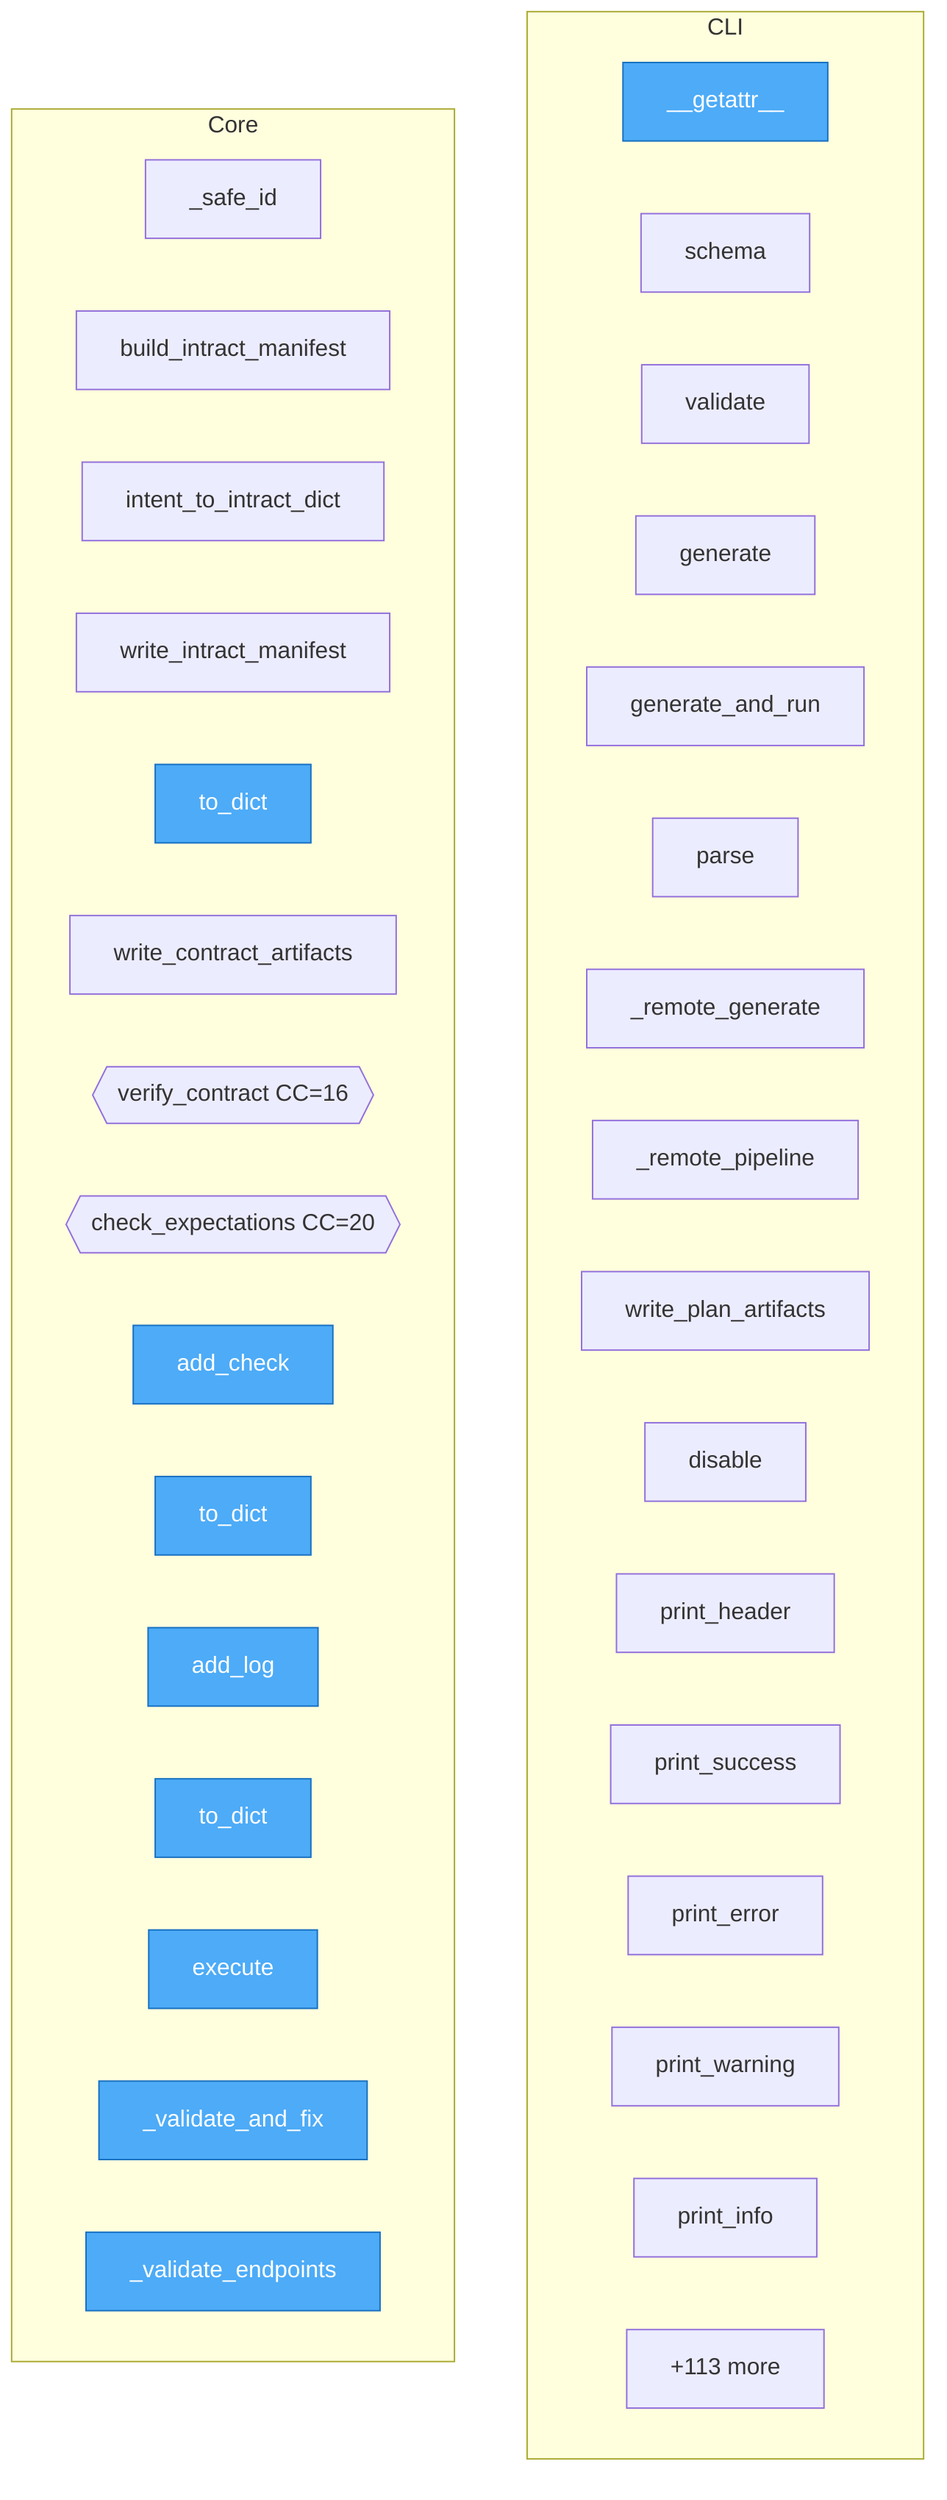
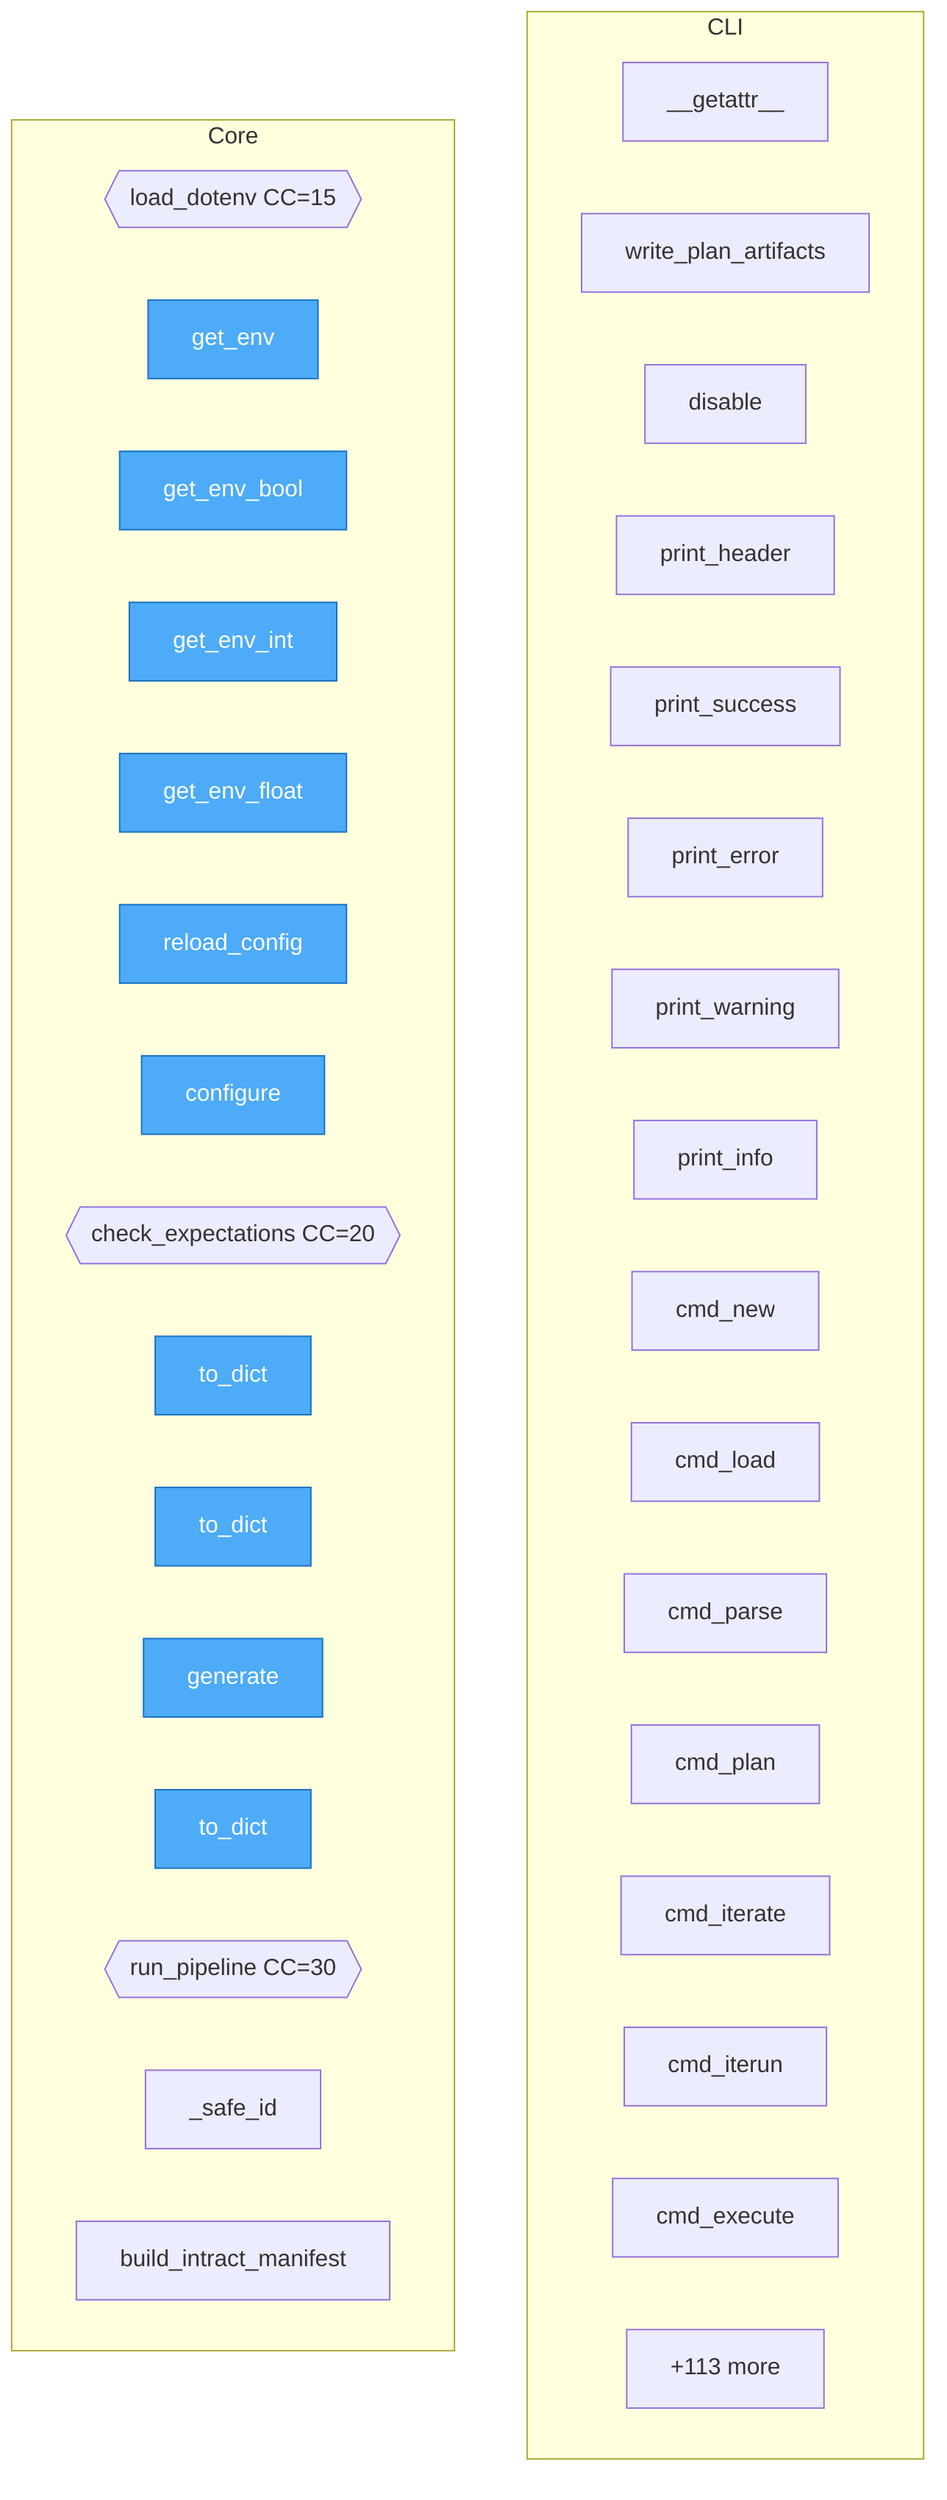
flowchart TD
%% generated in 0.00s

    %% Entry points (blue)
    classDef entry fill:#4dabf7,stroke:#1971c2,color:#fff

    subgraph CLI
        cli____getattr__["__getattr__"]
-         sdk__client__IterunClient__schema["schema"]
-         sdk__client__IterunClient__validate["validate"]
-         sdk__client__IterunClient__generate["generate"]
-         sdk__client__IterunClient__generate_and_run["generate_and_run"]
-         sdk__client__IterunClient__parse["parse"]
-         sdk__client__IterunClient___remote_generate["_remote_generate"]
-         sdk__client__IterunClient___remote_pipeline["_remote_pipeline"]
        cli__main__write_plan_artifacts["write_plan_artifacts"]
        cli__main__Colors__disable["disable"]
        cli__main__CLI__print_header["print_header"]
        cli__main__CLI__print_success["print_success"]
        cli__main__CLI__print_error["print_error"]
        cli__main__CLI__print_warning["print_warning"]
        cli__main__CLI__print_info["print_info"]
+         cli__main__CLI__cmd_new["cmd_new"]
+         cli__main__CLI__cmd_load["cmd_load"]
+         cli__main__CLI__cmd_parse["cmd_parse"]
+         cli__main__CLI__cmd_plan["cmd_plan"]
+         cli__main__CLI__cmd_iterate["cmd_iterate"]
+         cli__main__CLI__cmd_iterun["cmd_iterun"]
+         cli__main__CLI__cmd_execute["cmd_execute"]
        ...["+17 more"]
    end

    subgraph Core
+         config__load_dotenv{{load_dotenv CC=15}}
+         config__get_env["get_env"]
+         config__get_env_bool["get_env_bool"]
+         config__get_env_int["get_env_int"]
+         config__get_env_float["get_env_float"]
+         config__reload_config["reload_config"]
+         config__configure["configure"]
+         generator__expectations__check_expectations{{check_expectations CC=20}}
+         generator__intent_generator__GenerateAttempt__to_dict["to_dict"]
+         generator__intent_generator__GenerateResult__to_dict["to_dict"]
+         generator__intent_generator__IntentGenerator__generate["generate"]
+         generator__pipeline__PipelineResult__to_dict["to_dict"]
+         generator__pipeline__run_pipeline{{run_pipeline CC=30}}
        generator__intract_manifest___safe_id["_safe_id"]
        generator__intract_manifest__build_intract_manifest["build_intract_manifest"]
-         generator__intract_manifest__intent_to_intract_dict["intent_to_intract_dict"]
-         generator__intract_manifest__write_intract_manifest["write_intract_manifest"]
-         generator__contract_verify__VerifyResult__to_dict["to_dict"]
-         generator__contract_verify__write_contract_artifacts["write_contract_artifacts"]
-         generator__contract_verify__verify_contract{{verify_contract CC=16}}
-         generator__expectations__check_expectations{{check_expectations CC=20}}
-         executor__runner__ValidationResult__add_check["add_check"]
-         executor__runner__ValidationResult__to_dict["to_dict"]
-         executor__runner__ExecutionResult__add_log["add_log"]
-         executor__runner__ExecutionResult__to_dict["to_dict"]
-         executor__runner__Executor__execute["execute"]
-         executor__runner__Executor___validate_and_fix["_validate_and_fix"]
-         executor__runner__Executor___validate_endpoints["_validate_endpoints"]
        ...["+113 more"]
    end

-     class cli____getattr__,generator__contract_verify__VerifyResult__to_dict,executor__runner__ValidationResult__add_check,executor__runner__ValidationResult__to_dict,executor__runner__ExecutionResult__add_log,executor__runner__ExecutionResult__to_dict,executor__runner__Executor__execute,executor__runner__Executor___validate_and_fix,executor__runner__Executor___validate_endpoints,executor__runner__Executor___attempt_fix entry
+     class config__get_env,config__get_env_bool,config__get_env_int,config__get_env_float,config__reload_config,config__configure,generator__intent_generator__GenerateAttempt__to_dict,generator__intent_generator__GenerateResult__to_dict,generator__intent_generator__IntentGenerator__generate,generator__pipeline__PipelineResult__to_dict entry
